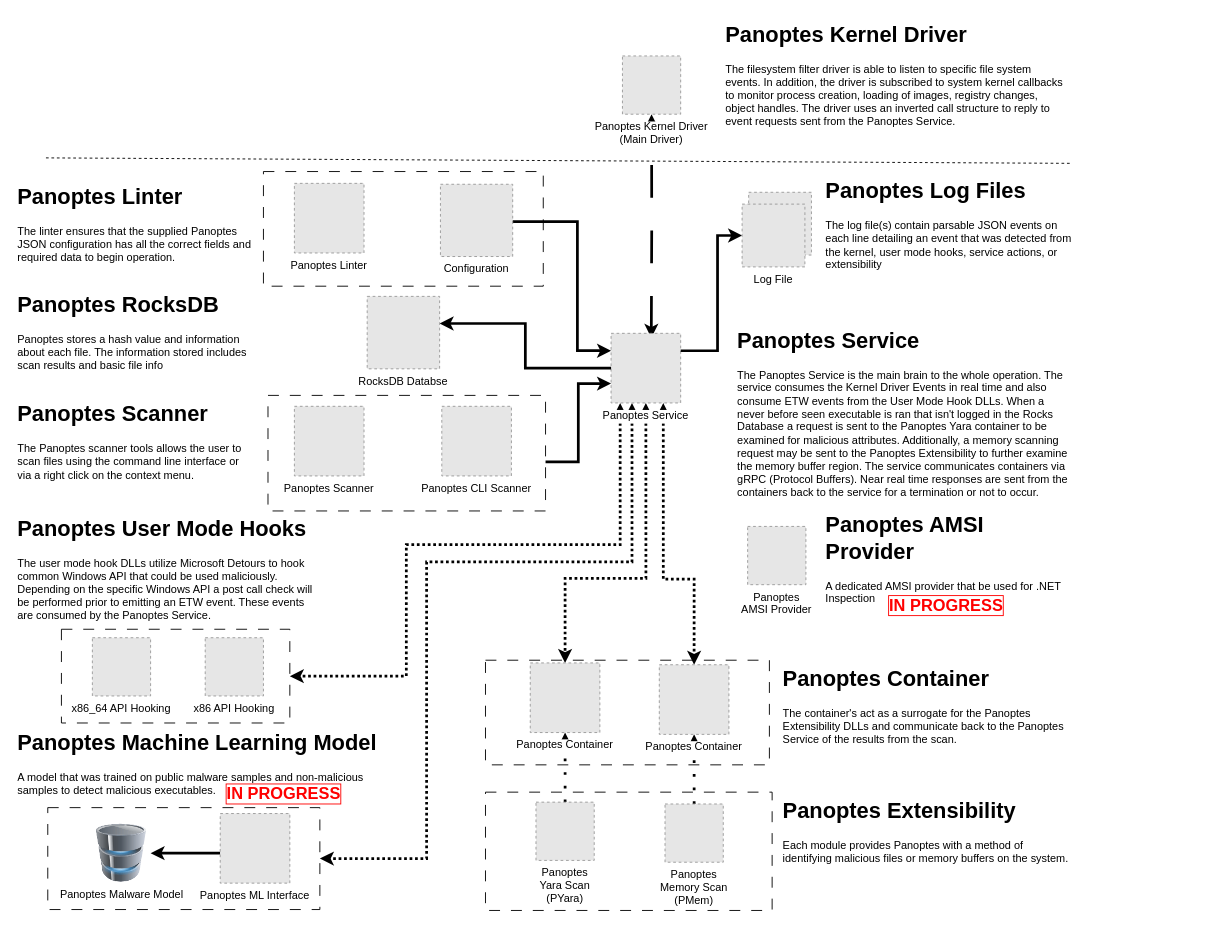
The draw.io diagram assets/diagrams/diagrams.drawio in Ap3x/Panoptes, before the edit. Source tidied: cells renumbered, new cells numbered last; positions are measured from the earlier drawing's top-left corner, leaving out a move shared by most shapes. Both pictures are drawn from the tidied source at 91%, with x=0, y=0 at pixel (15, 15). Pictures stored in the file or linked from it are replaced by grey dashed boxes.
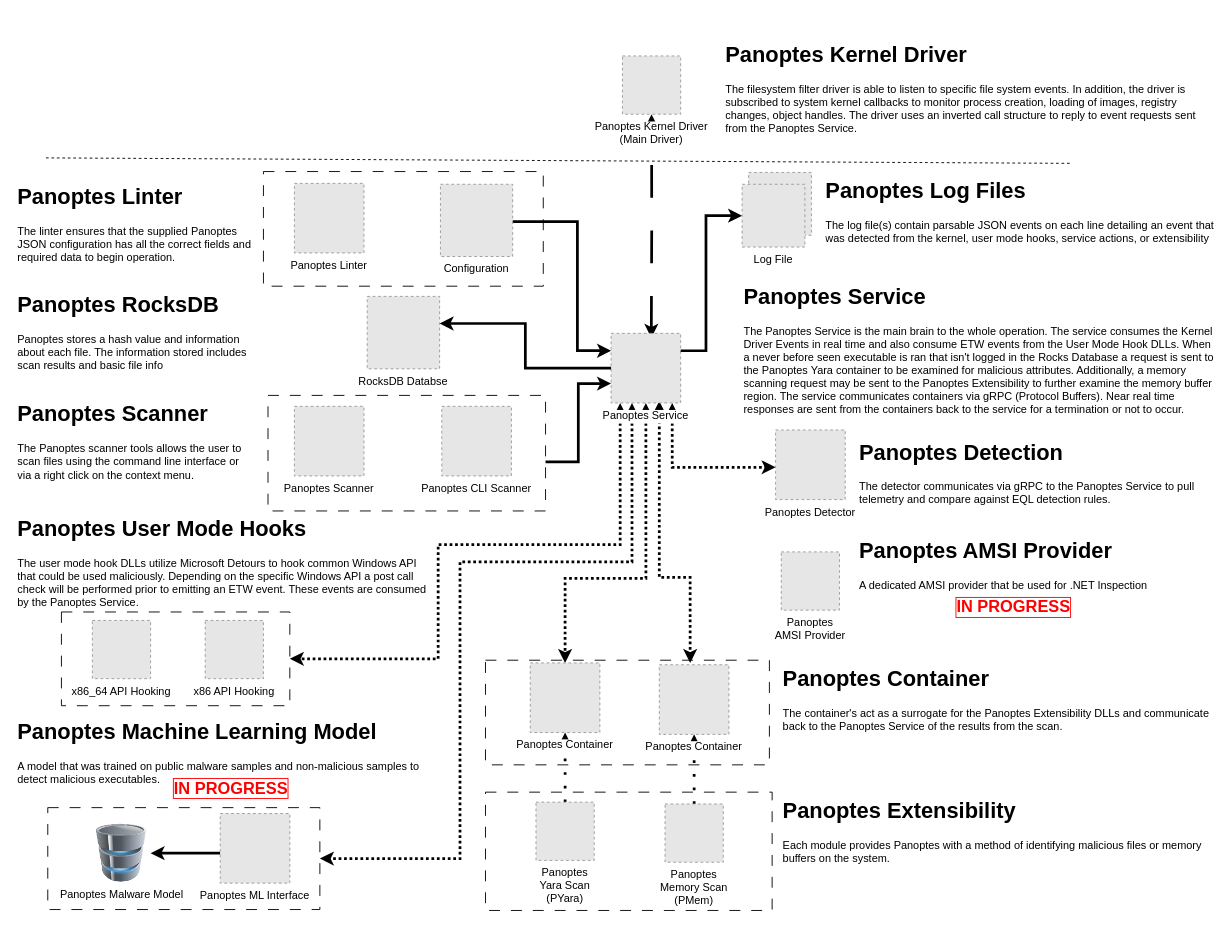
After the change.

Commit message (it also covers changes not shown here):
Updated diagram and linter

Unchanged cells that the change refers to:
```xml
<mxCell id="3" style="rounded=0;whiteSpace=wrap;html=1;fillColor=none;dashed=1;dashPattern=12 12;" parent="1" vertex="1">
  <mxGeometry x="35" y="870" width="299" height="112" as="geometry" />
</mxCell>
<mxCell id="17" value="Panoptes Service" style="fillColor=#E6E6E6;strokeColor=#999999;dashed=1;verticalLabelPosition=bottom;labelBackgroundColor=default;verticalAlign=top;" parent="1" vertex="1">
  <mxGeometry x="654" y="348.8" width="76.5" height="76.5" as="geometry" />
</mxCell>
<mxCell id="36" value="Panoptes Container" style="fillColor=#E6E6E6;strokeColor=#999999;dashed=1;verticalLabelPosition=bottom;labelBackgroundColor=default;verticalAlign=top;" parent="1" vertex="1">
  <mxGeometry x="707" y="713" width="76.5" height="76.5" as="geometry" />
</mxCell>
<mxCell id="45" value="Log File" style="fillColor=#E6E6E6;strokeColor=#999999;dashed=1;verticalLabelPosition=bottom;labelBackgroundColor=default;verticalAlign=top;" parent="43" vertex="1">
  <mxGeometry y="13" width="69" height="69" as="geometry" />
</mxCell>
```

Change to the diagram source:
```diff
@@
+    <mxCell id="53" style="edgeStyle=orthogonalEdgeStyle;rounded=0;jettySize=auto;html=1;dashed=1;dashPattern=1 1;strokeWidth=3;startArrow=classic;startFill=1;flowAnimation=1;flowAnimationDirection=alternate;flowAnimationTimingFunction=linear;flowAnimationDuration=2000;" parent="1" edge="1" source="17" target="55">
+      <mxGeometry x="-0.05" relative="1" as="geometry">
+        <Array as="points">
+          <mxPoint x="721.2" y="496" />
+        </Array>
+      </mxGeometry>
+    </mxCell>
+    <mxCell id="54" value="&lt;h1 style=&quot;margin-top: 0px;&quot;&gt;Panoptes Detection&lt;br&gt;&lt;/h1&gt;&lt;h1 style=&quot;margin-top: 0px;&quot;&gt;&lt;div style=&quot;font-size: 12px; font-weight: 400;&quot;&gt;The detector communicates via gRPC to the Panoptes Service to pull telemetry and compare against EQL detection rules.&lt;/div&gt;&lt;/h1&gt;" style="text;html=1;whiteSpace=wrap;overflow=hidden;rounded=0;noLabel=0;" parent="1" vertex="1">
+      <mxGeometry x="924.9" y="458.5" width="392.1" height="166" as="geometry" />
+    </mxCell>
     <mxCell id="2" value="&lt;h1 style=&quot;margin-top: 0px;&quot;&gt;Panoptes AMSI Provider&lt;br&gt;&lt;/h1&gt;&lt;h1 style=&quot;margin-top: 0px;&quot;&gt;&lt;div style=&quot;font-size: 12px; font-weight: 400;&quot;&gt;A dedicated AMSI provider that be used for .NET Inspection&lt;/div&gt;&lt;/h1&gt;" style="text;html=1;whiteSpace=wrap;overflow=hidden;rounded=0;noLabel=0;" parent="1" vertex="1">
-      <mxGeometry x="888" y="539" width="268" height="166" as="geometry" />
+      <mxGeometry x="924.9" y="567" width="392.1" height="166" as="geometry" />
     </mxCell>
@@
     <mxCell id="4" style="edgeStyle=orthogonalEdgeStyle;rounded=0;jettySize=auto;html=1;dashed=1;dashPattern=1 1;strokeWidth=3;startArrow=classic;startFill=1;flowAnimation=1;flowAnimationDirection=alternate;flowAnimationTimingFunction=linear;flowAnimationDuration=2000;" parent="1" edge="1" source="17" target="3">
       <mxGeometry x="0.33" relative="1" as="geometry">
         <Array as="points">
           <mxPoint x="677" y="600" />
-          <mxPoint x="451.3" y="600" />
-          <mxPoint x="451.3" y="926" />
+          <mxPoint x="488" y="600" />
+          <mxPoint x="488" y="926" />
         </Array>
       </mxGeometry>
     </mxCell>
@@
     <mxCell id="6" style="edgeStyle=orthogonalEdgeStyle;rounded=0;jettySize=auto;html=1;dashed=1;dashPattern=1 1;strokeWidth=3;startArrow=classic;startFill=1;flowAnimation=1;flowAnimationDirection=alternate;flowAnimationTimingFunction=linear;flowAnimationDuration=2000;" parent="1" edge="1" source="17" target="9">
       <mxGeometry x="0.54" relative="1" as="geometry">
         <Array as="points">
           <mxPoint x="664" y="581" />
-          <mxPoint x="429" y="581" />
-          <mxPoint x="429" y="725.5" />
+          <mxPoint x="464" y="581" />
+          <mxPoint x="464" y="706.5" />
         </Array>
       </mxGeometry>
     </mxCell>
@@
     <mxCell id="8" value="&lt;h1 style=&quot;margin-top: 0px;&quot;&gt;Panoptes User Mode Hooks&lt;br&gt;&lt;/h1&gt;&lt;div&gt;The user mode hook DLLs utilize Microsoft Detours to hook common Windows API that could be used maliciously. Depending on the specific Windows API a post call check will be performed prior to emitting an ETW event. These events are consumed by the Panoptes Service.&lt;br&gt;&lt;/div&gt;" style="text;html=1;whiteSpace=wrap;overflow=hidden;rounded=0;noLabel=0;" parent="1" vertex="1">
-      <mxGeometry y="543" width="330" height="130" as="geometry" />
+      <mxGeometry y="543" width="452" height="130" as="geometry" />
     </mxCell>
     <mxCell id="9" style="rounded=0;whiteSpace=wrap;html=1;fillColor=none;dashed=1;dashPattern=12 12;" parent="1" vertex="1">
-      <mxGeometry x="50" y="674" width="251" height="103" as="geometry" />
+      <mxGeometry x="50" y="655" width="251" height="103" as="geometry" />
     </mxCell>
@@
-    <mxCell id="15" style="edgeStyle=orthogonalEdgeStyle;rounded=0;jettySize=auto;html=1;dashed=1;dashPattern=1 1;strokeWidth=3;startArrow=classic;startFill=1;flowAnimation=1;flowAnimationDirection=alternate;flowAnimationTimingFunction=linear;flowAnimationDuration=2000;exitX=0.75;exitY=1;exitDx=0;exitDy=0;entryX=0.5;entryY=0;entryDx=0;entryDy=0;" parent="1" edge="1" source="17" target="36">
+    <mxCell id="15" style="edgeStyle=orthogonalEdgeStyle;rounded=0;orthogonalLoop=1;jettySize=auto;html=1;dashed=1;dashPattern=1 1;strokeWidth=3;startArrow=classic;startFill=1;flowAnimation=1;flowAnimationDirection=alternate;flowAnimationTimingFunction=linear;flowAnimationDuration=2000;exitX=0.75;exitY=1;exitDx=0;exitDy=0;entryX=0.5;entryY=0;entryDx=0;entryDy=0;" parent="1" edge="1">
       <mxGeometry x="0.23" relative="1" as="geometry">
+        <mxPoint x="707" y="423.2" as="sourcePoint" />
+        <mxPoint x="740.9" y="711" as="targetPoint" />
         <Array as="points">
-          <mxPoint x="711.4" y="619" />
-          <mxPoint x="745.3" y="619" />
+          <mxPoint x="707" y="617" />
+          <mxPoint x="740.9" y="617" />
         </Array>
       </mxGeometry>
     </mxCell>
@@
     <mxCell id="18" value="x86 API Hooking " style="fillColor=#E6E6E6;strokeColor=#999999;dashed=1;verticalLabelPosition=bottom;labelBackgroundColor=default;verticalAlign=top;" parent="1" vertex="1">
-      <mxGeometry x="208" y="683.3" width="64" height="64" as="geometry" />
+      <mxGeometry x="208" y="664.3" width="64" height="64" as="geometry" />
     </mxCell>
     <mxCell id="19" value="x86_64 API Hooking " style="fillColor=#E6E6E6;strokeColor=#999999;dashed=1;verticalLabelPosition=bottom;labelBackgroundColor=default;verticalAlign=top;" parent="1" vertex="1">
-      <mxGeometry x="84" y="683.3" width="64" height="64" as="geometry" />
+      <mxGeometry x="84" y="664.3" width="64" height="64" as="geometry" />
     </mxCell>
@@
     <mxCell id="25" value="&lt;h1 style=&quot;margin-top: 0px;&quot;&gt;Panoptes Container&lt;br&gt;&lt;/h1&gt;The container's act as a surrogate for the Panoptes Extensibility DLLs and communicate back to the Panoptes Service of the results from the scan." style="text;html=1;whiteSpace=wrap;overflow=hidden;rounded=0;" parent="1" vertex="1">
-      <mxGeometry x="841" y="708" width="320" height="108" as="geometry" />
+      <mxGeometry x="841" y="708" width="476" height="108" as="geometry" />
     </mxCell>
@@
     <mxCell id="28" value="&lt;h1 style=&quot;margin-top: 0px;&quot;&gt;Panoptes Kernel Driver&lt;br&gt;&lt;/h1&gt;The filesystem filter driver is able to listen to specific file system events. In addition, the driver is subscribed to system kernel callbacks to monitor process creation, loading of images, registry changes, object handles. The driver uses an inverted call structure to reply to event requests sent from the Panoptes Service." style="text;html=1;whiteSpace=wrap;overflow=hidden;rounded=0;" parent="1" vertex="1">
-      <mxGeometry x="778" width="378" height="152" as="geometry" />
+      <mxGeometry x="778" y="22" width="539" height="152" as="geometry" />
     </mxCell>
@@
     <mxCell id="33" value="&lt;h1 style=&quot;margin-top: 0px;&quot;&gt;Panoptes Extensibility &lt;/h1&gt;&lt;div&gt;Each module provides Panoptes with a method of identifying malicious files or memory buffers on the system.&lt;/div&gt;" style="text;html=1;whiteSpace=wrap;overflow=hidden;rounded=0;" parent="1" vertex="1">
-      <mxGeometry x="841" y="853" width="320" height="100" as="geometry" />
+      <mxGeometry x="841" y="853" width="476" height="100" as="geometry" />
     </mxCell>
     <mxCell id="34" value="&lt;h1 style=&quot;margin-top: 0px;&quot;&gt;Panoptes Log Files&lt;br&gt;&lt;/h1&gt;&lt;div&gt;The log file(s) contain parsable JSON events on each line detailing an event that was detected from the kernel, user mode hooks, service actions, or extensibility&lt;br&gt;&lt;/div&gt;&lt;div&gt;&lt;br&gt;&lt;/div&gt;" style="text;html=1;whiteSpace=wrap;overflow=hidden;rounded=0;noLabel=0;" parent="1" vertex="1">
-      <mxGeometry x="888" y="172" width="273" height="118" as="geometry" />
+      <mxGeometry x="888" y="172" width="429" height="118" as="geometry" />
     </mxCell>
@@
-    <mxCell id="40" style="edgeStyle=orthogonalEdgeStyle;rounded=0;jettySize=auto;html=1;strokeWidth=3;flowAnimation=0;flowAnimationDuration=1000;exitX=1;exitY=0.25;exitDx=0;exitDy=0;" parent="1" edge="1" source="17" target="45">
-      <mxGeometry x="0.01" relative="1" as="geometry">
+    <mxCell id="40" style="edgeStyle=orthogonalEdgeStyle;rounded=0;jettySize=auto;html=1;strokeWidth=3;flowAnimation=0;flowAnimationDuration=1000;exitX=1;exitY=0.25;exitDx=0;exitDy=0;entryX=0;entryY=0.5;entryDx=0;entryDy=0;" parent="1" edge="1" source="17" target="45">
+      <mxGeometry x="-0.09" relative="1" as="geometry">
         <Array as="points">
-          <mxPoint x="771" y="367.9" />
-          <mxPoint x="771" y="241.3" />
+          <mxPoint x="758.3" y="367.9" />
+          <mxPoint x="758.3" y="219.5" />
         </Array>
       </mxGeometry>
     </mxCell>
     <mxCell id="41" value="Panoptes &#10;AMSI Provider" style="fillColor=#E6E6E6;strokeColor=#999999;dashed=1;verticalLabelPosition=bottom;labelBackgroundColor=default;verticalAlign=top;" parent="1" vertex="1">
-      <mxGeometry x="804.1" y="561" width="64" height="64" as="geometry" />
+      <mxGeometry x="841" y="589" width="64" height="64" as="geometry" />
     </mxCell>
     <mxCell id="42" value="&lt;h1 style=&quot;margin-top: 0px;&quot;&gt;Panoptes Service&lt;br&gt;&lt;/h1&gt;&lt;div&gt;The Panoptes Service is the main brain to the whole operation. The service consumes the Kernel Driver Events in real time and also consume ETW events from the User Mode Hook DLLs. When a never before seen executable is ran that isn't logged in the Rocks Database a request is sent to the Panoptes Yara container to be examined for malicious attributes. Additionally, a memory scanning request may be sent to the Panoptes Extensibility to further examine the memory buffer region. The service communicates containers via gRPC (Protocol Buffers). Near real time responses are sent from the containers back to the service for a termination or not to occur.&lt;/div&gt;" style="text;html=1;whiteSpace=wrap;overflow=hidden;rounded=0;noLabel=0;" parent="1" vertex="1">
-      <mxGeometry x="791" y="336" width="370" height="193" as="geometry" />
+      <mxGeometry x="798.2" y="288" width="518.8" height="156.2" as="geometry" />
     </mxCell>
     <mxCell id="43" style="group;" parent="1" vertex="1">
-      <mxGeometry x="798" y="193.8" width="76.2" height="82" as="geometry" />
+      <mxGeometry x="798" y="172" width="76.2" height="82" as="geometry" />
     </mxCell>
@@
     <mxCell id="47" value="&lt;h1 style=&quot;margin-top: 0px;&quot;&gt;Panoptes Machine Learning Model&lt;br&gt;&lt;/h1&gt;&lt;h1 style=&quot;margin-top: 0px;&quot;&gt;&lt;div style=&quot;font-size: 12px; font-weight: 400;&quot;&gt;A model that was trained on public malware samples and non-malicious samples to detect malicious executables.&lt;/div&gt;&lt;/h1&gt;" style="text;html=1;whiteSpace=wrap;overflow=hidden;rounded=0;noLabel=0;" parent="1" vertex="1">
-      <mxGeometry y="778" width="405.5" height="86" as="geometry" />
+      <mxGeometry y="766" width="452" height="86" as="geometry" />
     </mxCell>
@@
     <mxCell id="51" value="&lt;b&gt;&lt;font style=&quot;font-size: 18px;&quot;&gt;IN PROGRESS&lt;/font&gt;&lt;/b&gt;" style="text;html=1;whiteSpace=wrap;strokeColor=none;fillColor=none;align=center;verticalAlign=middle;rounded=0;fontColor=#FF0000;rotation=0;multiple=0;labelBorderColor=#FF0000;" parent="1" vertex="1">
-      <mxGeometry x="224.5" y="840" width="139.1" height="30" as="geometry" />
+      <mxGeometry x="166.9" y="834" width="139.1" height="30" as="geometry" />
     </mxCell>
     <mxCell id="52" value="&lt;b&gt;&lt;font style=&quot;font-size: 18px;&quot;&gt;IN PROGRESS&lt;/font&gt;&lt;/b&gt;" style="text;html=1;whiteSpace=wrap;strokeColor=none;fillColor=none;align=center;verticalAlign=middle;rounded=0;fontColor=#FF0000;rotation=0;multiple=0;labelBorderColor=#FF0000;" parent="1" vertex="1">
-      <mxGeometry x="952.5" y="633" width="139.1" height="30" as="geometry" />
+      <mxGeometry x="1027" y="635" width="139.1" height="30" as="geometry" />
     </mxCell>
+    <mxCell id="55" value="Panoptes Detector" style="fillColor=#E6E6E6;strokeColor=#999999;dashed=1;verticalLabelPosition=bottom;labelBackgroundColor=default;verticalAlign=top;" parent="1" vertex="1">
+      <mxGeometry x="834.8" y="455" width="76.5" height="76.5" as="geometry" />
+    </mxCell>
```
